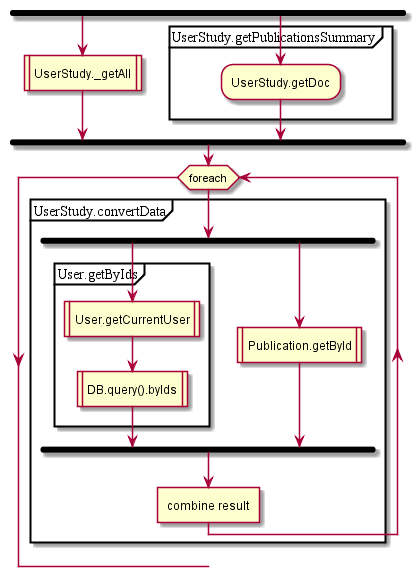
This is diagrams/StudyClass.getByIds.png from MaxXx1313/testwiki, a PlantUML export, as it was before one commit. Its diagram source:
```plantuml
@startuml
fork
:UserStudy._getAll|
fork again
partition UserStudy.getPublicationsSummary {
:UserStudy.getDoc;
}
endfork;
while (foreach)
partition UserStudy.convertData {
fork
partition User.getByIds {
:User.getCurrentUser|
:DB.query().byIds|
}
fork again
:Publication.getById|
endfork;
:combine result]
}
end while;
@enduml
```
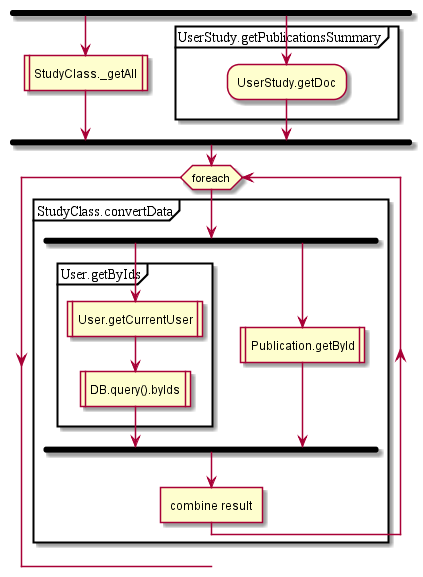
The same file after the commit.

Diff of the diagram source:
```diff
@@ -1,13 +1,13 @@
 @startuml
 fork
-:UserStudy._getAll|
+:StudyClass._getAll|
 fork again
 partition UserStudy.getPublicationsSummary {
 :UserStudy.getDoc;
 }
 endfork;
 while (foreach)
-partition UserStudy.convertData {
+partition StudyClass.convertData {
 fork
 partition User.getByIds {
 :User.getCurrentUser|
```
